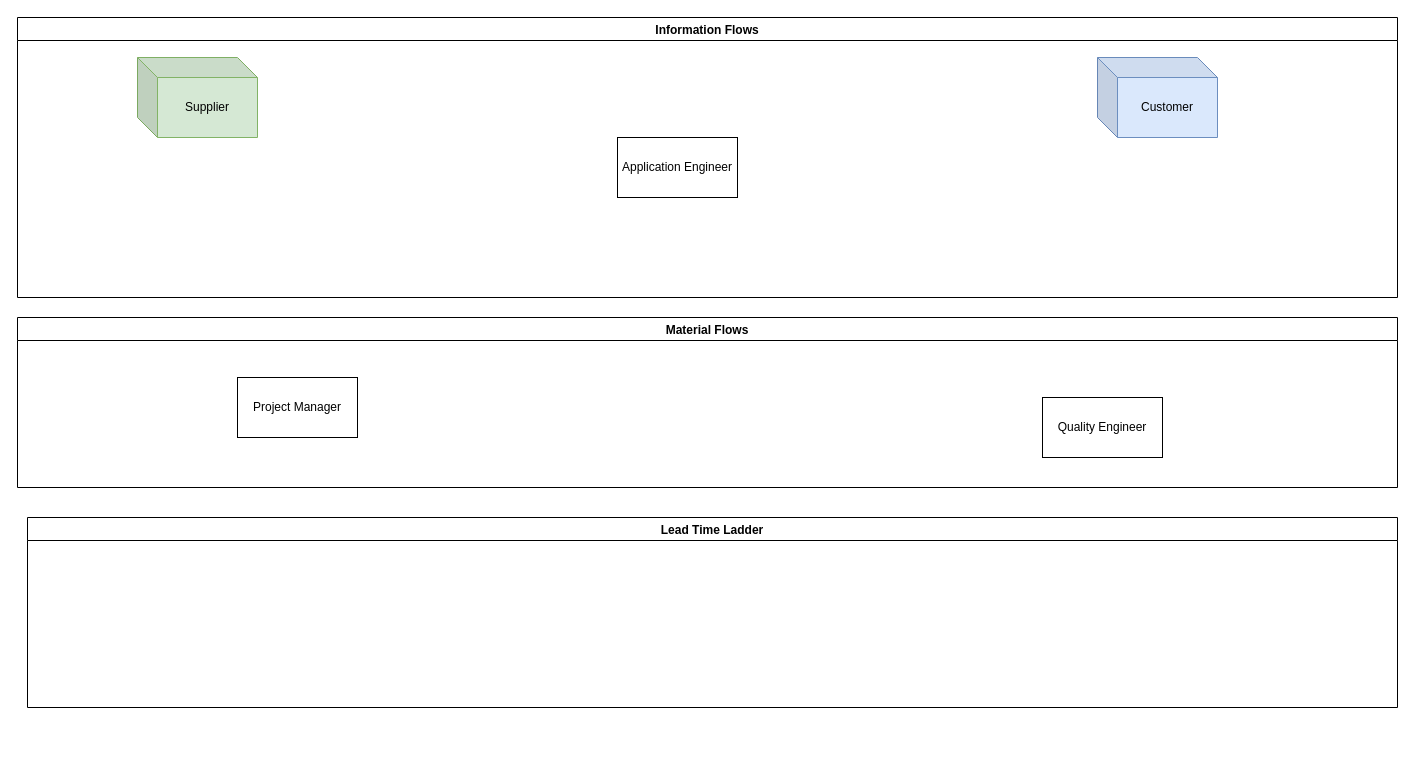
This is AE VSM.drawio from JMacT/Face-Seal-Project-ESP-International, a draw.io file, before an edit. Source tidied: cells renumbered, new cells numbered last; positions are measured from the earlier drawing's top-left corner, leaving out a move shared by most shapes. Both pictures are drawn from the tidied source at 100%, with x=0, y=0 at pixel (17, 17).
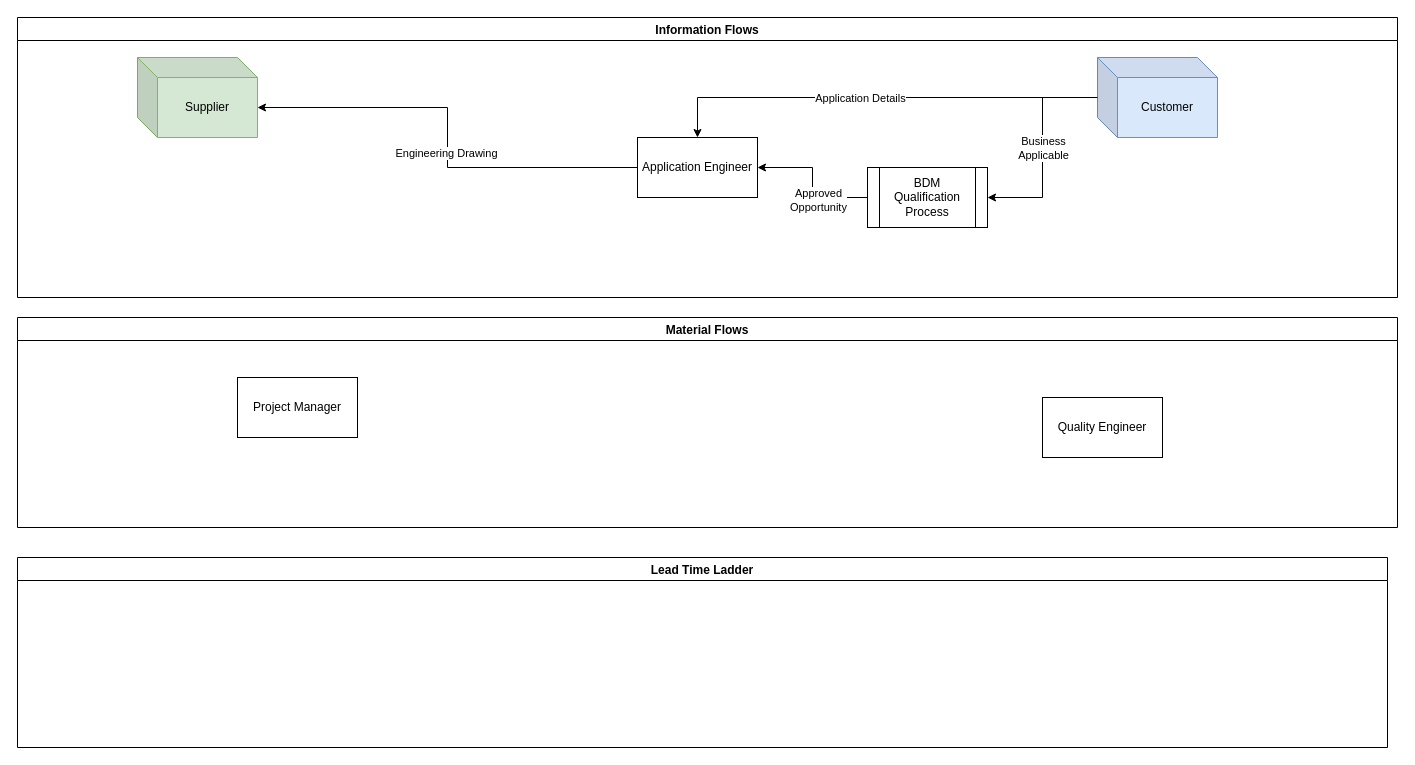
The same diagram, later.

Commit message:
Added application details information flow

Change to the diagram source:
```diff
@@
 <mxGraphModel>
   <root>
     <mxCell id="0" />
     <mxCell id="1" parent="0" />
     <mxCell id="2" value="Information Flows" style="swimlane;" parent="1" vertex="1">
       <mxGeometry width="1380" height="280" as="geometry" />
     </mxCell>
+    <mxCell id="10" style="edgeStyle=orthogonalEdgeStyle;rounded=0;jettySize=auto;html=1;entryX=0.5;entryY=0;entryDx=0;entryDy=0;" parent="2" edge="1" source="3" target="5">
+      <mxGeometry relative="1" as="geometry" />
+    </mxCell>
+    <mxCell id="11" value="Application Details" style="edgeLabel;html=1;align=center;verticalAlign=middle;" parent="10" vertex="1">
+      <mxGeometry x="0.08" relative="1" as="geometry" />
+    </mxCell>
     <mxCell id="3" value="Customer" style="shape=cube;whiteSpace=wrap;html=1;boundedLbl=1;backgroundOutline=1;darkOpacity=0.05;darkOpacity2=0.1;fillColor=#dae8fc;strokeColor=#6c8ebf;" parent="2" vertex="1">
       <mxGeometry x="1080" y="40" width="120" height="80" as="geometry" />
     </mxCell>
     <mxCell id="4" value="Supplier" style="shape=cube;whiteSpace=wrap;html=1;boundedLbl=1;backgroundOutline=1;darkOpacity=0.05;darkOpacity2=0.1;fillColor=#d5e8d4;strokeColor=#82b366;" parent="2" vertex="1">
       <mxGeometry x="120" y="40" width="120" height="80" as="geometry" />
     </mxCell>
+    <mxCell id="12" style="edgeStyle=orthogonalEdgeStyle;rounded=0;jettySize=auto;html=1;entryX=0;entryY=0;entryDx=120;entryDy=50;entryPerimeter=0;" parent="2" edge="1" source="5" target="4">
+      <mxGeometry relative="1" as="geometry" />
+    </mxCell>
+    <mxCell id="13" value="Engineering Drawing" style="edgeLabel;html=1;align=center;verticalAlign=middle;" parent="12" vertex="1">
+      <mxGeometry x="-0.07" y="2" relative="1" as="geometry" />
+    </mxCell>
     <mxCell id="5" value="Application Engineer" style="rounded=0;whiteSpace=wrap;html=1;" parent="2" vertex="1">
-      <mxGeometry x="600" y="120" width="120" height="60" as="geometry" />
+      <mxGeometry x="620" y="120" width="120" height="60" as="geometry" />
     </mxCell>
+    <mxCell id="14" value="BDM Qualification Process" style="shape=process;whiteSpace=wrap;html=1;backgroundOutline=1;" parent="2" vertex="1">
+      <mxGeometry x="850" y="150" width="120" height="60" as="geometry" />
+    </mxCell>
+    <mxCell id="15" style="edgeStyle=orthogonalEdgeStyle;rounded=0;jettySize=auto;html=1;entryX=1;entryY=0.5;entryDx=0;entryDy=0;" parent="2" edge="1" source="14" target="5">
+      <mxGeometry relative="1" as="geometry" />
+    </mxCell>
+    <mxCell id="16" value="Approved&lt;br&gt;Opportunity" style="edgeLabel;html=1;align=center;verticalAlign=middle;" parent="15" vertex="1">
+      <mxGeometry x="-0.29" y="2" relative="1" as="geometry" />
+    </mxCell>
+    <mxCell id="17" style="edgeStyle=orthogonalEdgeStyle;rounded=0;jettySize=auto;html=1;entryX=1;entryY=0.5;entryDx=0;entryDy=0;" parent="2" edge="1" source="3" target="14">
+      <mxGeometry relative="1" as="geometry" />
+    </mxCell>
+    <mxCell id="18" value="Business&lt;br&gt;Applicable" style="edgeLabel;html=1;align=center;verticalAlign=middle;" parent="17" vertex="1">
+      <mxGeometry x="0.23" y="-1" relative="1" as="geometry">
+        <mxPoint x="1" y="-24" as="offset" />
+      </mxGeometry>
+    </mxCell>
     <mxCell id="6" value="Material Flows" style="swimlane;" parent="1" vertex="1">
-      <mxGeometry y="300" width="1380" height="170" as="geometry" />
+      <mxGeometry y="300" width="1380" height="210" as="geometry" />
     </mxCell>
     <mxCell id="7" value="Project Manager" style="rounded=0;whiteSpace=wrap;html=1;" parent="6" vertex="1">
       <mxGeometry x="220" y="60" width="120" height="60" as="geometry" />
     </mxCell>
     <mxCell id="8" value="Quality Engineer" style="rounded=0;whiteSpace=wrap;html=1;" parent="6" vertex="1">
       <mxGeometry x="1025" y="80" width="120" height="60" as="geometry" />
     </mxCell>
     <mxCell id="9" value="Lead Time Ladder" style="swimlane;" parent="1" vertex="1">
-      <mxGeometry x="10" y="500" width="1370" height="190" as="geometry" />
+      <mxGeometry y="540" width="1370" height="190" as="geometry" />
     </mxCell>
   </root>
 </mxGraphModel>
```
